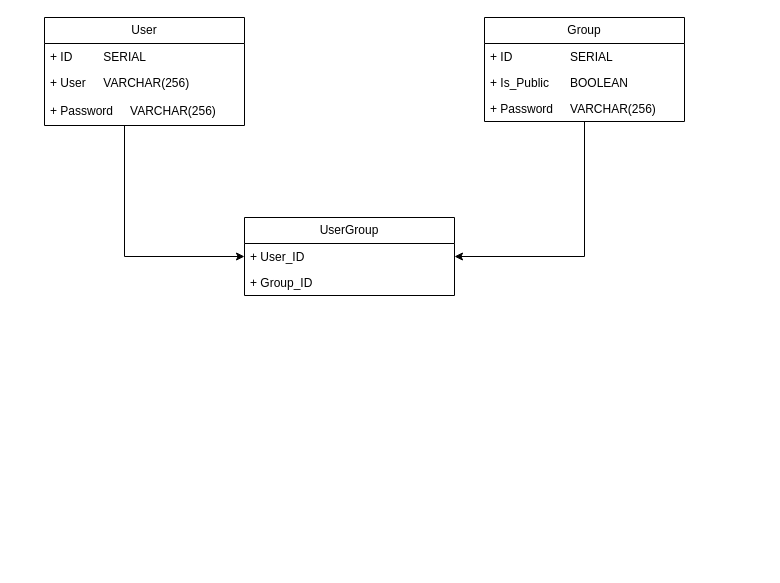
The draw.io diagram db/db_plan.drawio in touljaboy/js-projo, before the edit. Source tidied: cells renumbered, new cells numbered last; positions are measured from the earlier drawing's top-left corner, leaving out a move shared by most shapes. Both pictures are drawn from the tidied source at 100%, with x=0, y=0 at pixel (44, 17).
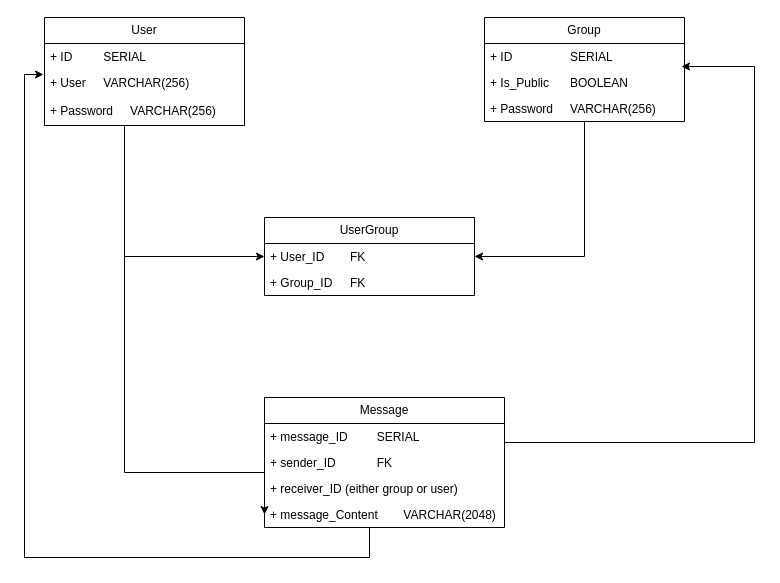
The same diagram, later.

Unchanged cells that the change refers to:
```xml
<mxCell id="2" value="User" style="swimlane;fontStyle=0;horizontal=1;startSize=26;fillColor=none;whiteSpace=wrap;html=1;" parent="1" vertex="1">
  <mxGeometry width="200" height="108" as="geometry" />
</mxCell>
<mxCell id="4" value="+ User&lt;span style=&quot;white-space: pre;&quot;&gt;&#9;&lt;/span&gt;VARCHAR(256)" style="text;strokeColor=none;fillColor=none;align=left;verticalAlign=top;spacingLeft=4;spacingRight=4;overflow=hidden;points=[[0,0.5],[1,0.5]];portConstraint=eastwest;whiteSpace=wrap;html=1;" parent="2" vertex="1">
  <mxGeometry y="52" width="200" height="28" as="geometry" />
</mxCell>
<mxCell id="8" value="+ ID&lt;span style=&quot;white-space: pre;&quot;&gt;&#9;&lt;/span&gt;&lt;span style=&quot;white-space: pre;&quot;&gt;&#9;&lt;/span&gt;&lt;span style=&quot;white-space: pre;&quot;&gt;&#9;&lt;/span&gt;SERIAL&lt;span style=&quot;white-space: pre;&quot;&gt;&#9;&lt;/span&gt;" style="text;strokeColor=none;fillColor=none;align=left;verticalAlign=top;spacingLeft=4;spacingRight=4;overflow=hidden;points=[[0,0.5],[1,0.5]];portConstraint=eastwest;whiteSpace=wrap;html=1;" parent="7" vertex="1">
  <mxGeometry y="26" width="200" height="26" as="geometry" />
</mxCell>
```

Change to the diagram source:
```diff
@@
+    <mxCell id="15" style="edgeStyle=orthogonalEdgeStyle;rounded=0;jettySize=auto;html=1;entryX=0;entryY=0.5;entryDx=0;entryDy=0;" parent="1" edge="1" source="2" target="20">
+      <mxGeometry relative="1" as="geometry">
+        <Array as="points">
+          <mxPoint x="80" y="455" />
+        </Array>
+      </mxGeometry>
+    </mxCell>
@@
     <mxCell id="11" value="UserGroup" style="swimlane;fontStyle=0;horizontal=1;startSize=26;fillColor=none;whiteSpace=wrap;html=1;" parent="1" vertex="1">
-      <mxGeometry x="200" y="200" width="210" height="78" as="geometry" />
+      <mxGeometry x="220" y="200" width="210" height="78" as="geometry" />
     </mxCell>
-    <mxCell id="12" value="+ User_ID&lt;span style=&quot;white-space: pre;&quot;&gt;&#9;&lt;/span&gt;" style="text;strokeColor=none;fillColor=none;align=left;verticalAlign=top;spacingLeft=4;spacingRight=4;overflow=hidden;points=[[0,0.5],[1,0.5]];portConstraint=eastwest;whiteSpace=wrap;html=1;" parent="11" vertex="1">
+    <mxCell id="12" value="+ User_ID&lt;span style=&quot;white-space: pre;&quot;&gt;&#9;&lt;/span&gt;FK" style="text;strokeColor=none;fillColor=none;align=left;verticalAlign=top;spacingLeft=4;spacingRight=4;overflow=hidden;points=[[0,0.5],[1,0.5]];portConstraint=eastwest;whiteSpace=wrap;html=1;" parent="11" vertex="1">
       <mxGeometry y="26" width="210" height="26" as="geometry" />
     </mxCell>
-    <mxCell id="13" value="+ Group_ID" style="text;strokeColor=none;fillColor=none;align=left;verticalAlign=top;spacingLeft=4;spacingRight=4;overflow=hidden;whiteSpace=wrap;html=1;" parent="11" vertex="1">
+    <mxCell id="13" value="+ Group_ID&lt;span style=&quot;white-space: pre;&quot;&gt;&#9;&lt;/span&gt;FK" style="text;strokeColor=none;fillColor=none;align=left;verticalAlign=top;spacingLeft=4;spacingRight=4;overflow=hidden;whiteSpace=wrap;html=1;" parent="11" vertex="1">
       <mxGeometry y="52" width="210" height="26" as="geometry" />
     </mxCell>
@@
+    <mxCell id="16" value="Message" style="swimlane;fontStyle=0;horizontal=1;startSize=26;fillColor=none;whiteSpace=wrap;html=1;" parent="1" vertex="1">
+      <mxGeometry x="220" y="380" width="240" height="130" as="geometry" />
+    </mxCell>
+    <mxCell id="17" value="+ message_ID&lt;span style=&quot;white-space: pre;&quot;&gt;&#9;&lt;/span&gt;&lt;span style=&quot;white-space: pre;&quot;&gt;&#9;&lt;/span&gt;SERIAL" style="text;strokeColor=none;fillColor=none;align=left;verticalAlign=top;spacingLeft=4;spacingRight=4;overflow=hidden;whiteSpace=wrap;html=1;" parent="16" vertex="1">
+      <mxGeometry y="26" width="240" height="26" as="geometry" />
+    </mxCell>
+    <mxCell id="18" value="+ sender_ID&lt;span style=&quot;white-space: pre;&quot;&gt;&#9;&lt;span style=&quot;white-space: pre;&quot;&gt;&#9;&lt;/span&gt;FK&lt;/span&gt;" style="text;strokeColor=none;fillColor=none;align=left;verticalAlign=top;spacingLeft=4;spacingRight=4;overflow=hidden;points=[[0,0.5],[1,0.5]];portConstraint=eastwest;whiteSpace=wrap;html=1;" parent="16" vertex="1">
+      <mxGeometry y="52" width="240" height="26" as="geometry" />
+    </mxCell>
+    <mxCell id="19" value="+ receiver_ID (either group or user)&lt;span style=&quot;white-space: pre;&quot;&gt;&#9;&lt;/span&gt;" style="text;strokeColor=none;fillColor=none;align=left;verticalAlign=top;spacingLeft=4;spacingRight=4;overflow=hidden;whiteSpace=wrap;html=1;" parent="16" vertex="1">
+      <mxGeometry y="78" width="240" height="26" as="geometry" />
+    </mxCell>
+    <mxCell id="20" value="+ message_Content&lt;span style=&quot;white-space: pre;&quot;&gt;&#9;&lt;/span&gt;VARCHAR(2048)" style="text;strokeColor=none;fillColor=none;align=left;verticalAlign=top;spacingLeft=4;spacingRight=4;overflow=hidden;points=[[0,0.5],[1,0.5]];portConstraint=eastwest;whiteSpace=wrap;html=1;" parent="16" vertex="1">
+      <mxGeometry y="104" width="240" height="26" as="geometry" />
+    </mxCell>
+    <mxCell id="21" style="edgeStyle=orthogonalEdgeStyle;rounded=0;jettySize=auto;html=1;entryX=-0.005;entryY=0.179;entryDx=0;entryDy=0;entryPerimeter=0;" parent="1" edge="1" source="20" target="4">
+      <mxGeometry relative="1" as="geometry">
+        <Array as="points">
+          <mxPoint x="325" y="540" />
+          <mxPoint x="-20" y="540" />
+          <mxPoint x="-20" y="57" />
+        </Array>
+      </mxGeometry>
+    </mxCell>
+    <mxCell id="22" style="edgeStyle=orthogonalEdgeStyle;rounded=0;jettySize=auto;html=1;entryX=0.985;entryY=0.885;entryDx=0;entryDy=0;entryPerimeter=0;exitX=1;exitY=0.5;exitDx=0;exitDy=0;" parent="1" edge="1" source="18" target="8">
+      <mxGeometry relative="1" as="geometry">
+        <Array as="points">
+          <mxPoint x="460" y="425" />
+          <mxPoint x="710" y="425" />
+          <mxPoint x="710" y="49" />
+        </Array>
+      </mxGeometry>
+    </mxCell>
```
